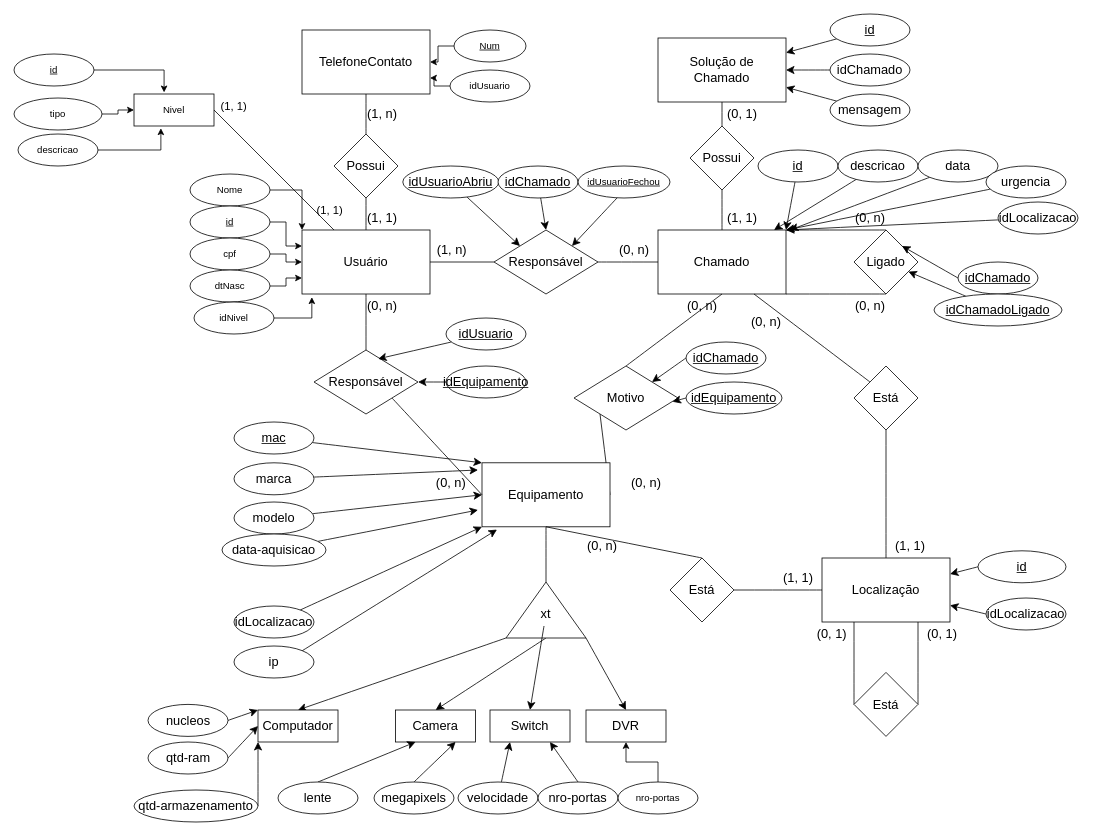
The draw.io diagram diagramabd.drawio in MarquesMat/proj_bd, before the edit. Source tidied: cells renumbered, new cells numbered last; positions are measured from the earlier drawing's top-left corner, leaving out a move shared by most shapes. Both pictures are drawn from the tidied source at 80%, with x=0, y=0 at pixel (14, 14).
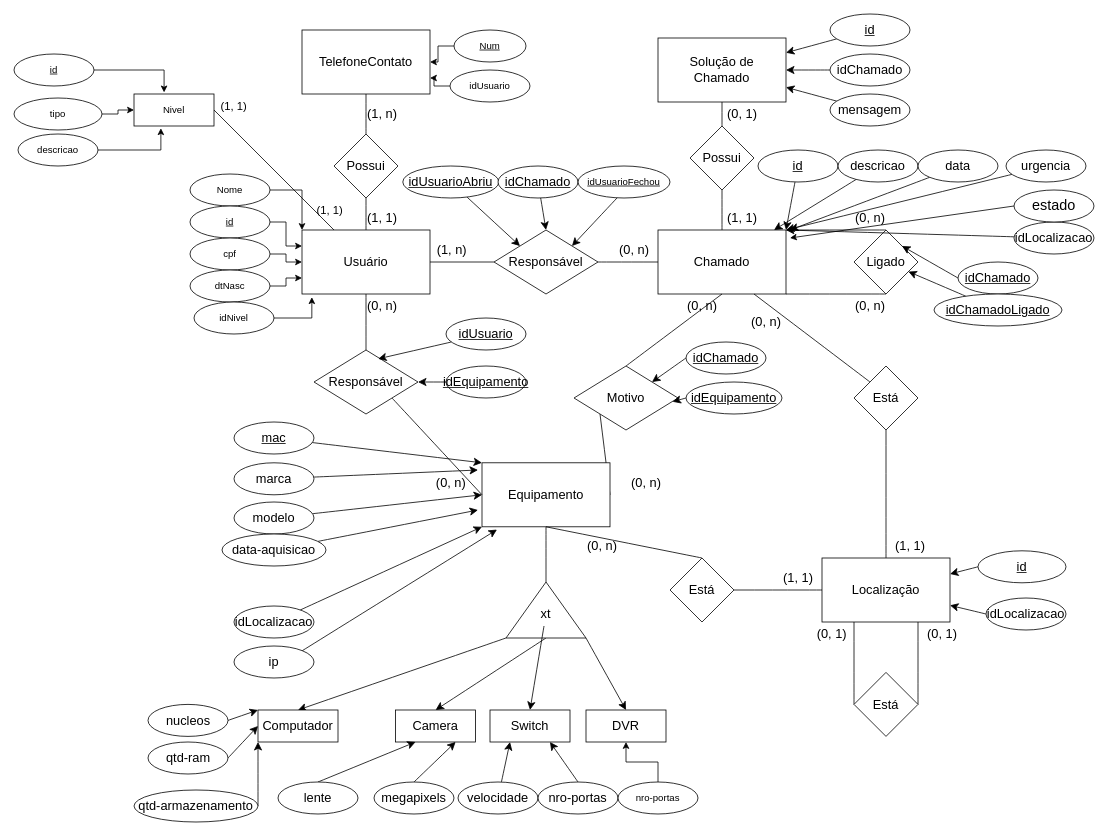
The same diagram, later.

What changed in the source:
```diff
@@
     <mxCell id="83" value="urgencia" style="ellipse;whiteSpace=wrap;html=1;align=center;fontSize=16;" parent="1" vertex="1">
-      <mxGeometry x="1215" y="190" width="100" height="40" as="geometry" />
+      <mxGeometry x="1240" y="170" width="100" height="40" as="geometry" />
     </mxCell>
@@
     <mxCell id="116" value="idLocalizacao" style="ellipse;whiteSpace=wrap;html=1;align=center;fontSize=16;" parent="1" vertex="1">
-      <mxGeometry x="1230" y="235" width="100" height="40" as="geometry" />
+      <mxGeometry x="1250" y="260" width="100" height="40" as="geometry" />
     </mxCell>
@@
+    <mxCell id="156" value="&lt;font style=&quot;font-size: 18px;&quot;&gt;estado&lt;/font&gt;" style="ellipse;whiteSpace=wrap;html=1;align=center;" parent="1" vertex="1">
+      <mxGeometry x="1250" y="220" width="100" height="40" as="geometry" />
+    </mxCell>
+    <mxCell id="157" style="endArrow=classic;html=1;rounded=0;exitX=0;exitY=0.5;exitDx=0;exitDy=0;" parent="1" edge="1" source="156">
+      <mxGeometry relative="1" as="geometry">
+        <mxPoint x="970" y="280" as="targetPoint" />
+      </mxGeometry>
+    </mxCell>
```
